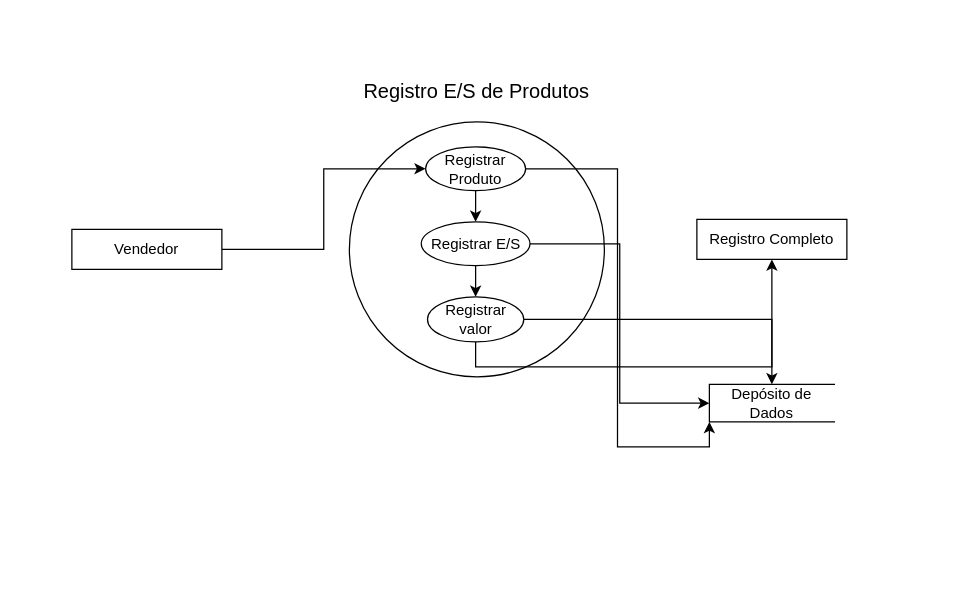
The draw.io diagram page "Página-1" (1 of 15) of diagramas.drawio.xml in JoaoRibeiro-V/BazarOnline, before the edit. Source tidied: cells renumbered, new cells numbered last; positions are measured from the earlier drawing's top-left corner, leaving out a move shared by most shapes. Both pictures are drawn from the tidied source at 125%, with x=0, y=0 at pixel (71, 71).
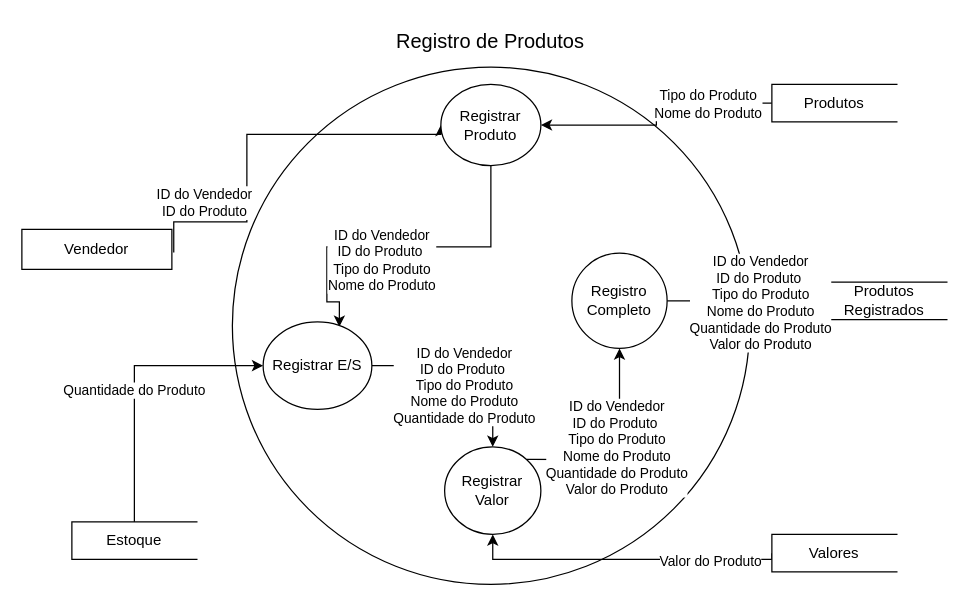
The same page after the edit.

Unchanged cells that the change refers to:
```xml
<mxCell id="11" style="edgeStyle=orthogonalEdgeStyle;rounded=0;jettySize=auto;html=1;entryX=0.5;entryY=0;entryDx=0;entryDy=0;" parent="1" edge="1" source="13" target="16">
  <mxGeometry relative="1" as="geometry" />
</mxCell>
```

What changed in the source:
```diff
@@
     <mxCell id="2" style="ellipse;whiteSpace=wrap;html=1;" parent="1" vertex="1">
-      <mxGeometry x="222" y="40" width="204" height="204" as="geometry" />
+      <mxGeometry x="128.4" y="-3.8" width="413.8" height="413.8" as="geometry" />
     </mxCell>
-    <mxCell id="3" value="Registro E/S de Produtos" style="text;html=1;align=center;verticalAlign=middle;whiteSpace=wrap;rounded=0;fontSize=16;" parent="1" vertex="1">
-      <mxGeometry x="229" width="190" height="30" as="geometry" />
+    <mxCell id="3" value="Registro de Produtos" style="text;html=1;align=center;verticalAlign=middle;whiteSpace=wrap;rounded=0;fontSize=16;" parent="1" vertex="1">
+      <mxGeometry x="240" y="-40" width="190" height="30" as="geometry" />
     </mxCell>
-    <mxCell id="4" style="edgeStyle=orthogonalEdgeStyle;rounded=0;jettySize=auto;html=1;exitX=0.5;exitY=1;exitDx=0;exitDy=0;entryX=0.5;entryY=1;entryDx=0;entryDy=0;" parent="1" edge="1" source="16" target="7">
-      <mxGeometry relative="1" as="geometry" />
-    </mxCell>
-    <mxCell id="5" style="edgeStyle=orthogonalEdgeStyle;rounded=0;jettySize=auto;html=1;exitX=1;exitY=0.5;exitDx=0;exitDy=0;entryX=0;entryY=0.5;entryDx=0;entryDy=0;" parent="1" edge="1" source="6" target="10">
-      <mxGeometry relative="1" as="geometry" />
+    <mxCell id="5" style="edgeStyle=orthogonalEdgeStyle;rounded=0;jettySize=auto;html=1;exitX=1;exitY=0.5;exitDx=0;exitDy=0;entryX=0;entryY=0.5;entryDx=0;entryDy=0;" parent="1" edge="1" target="10">
+      <mxGeometry relative="1" as="geometry">
+        <mxPoint x="81.5" y="144.5" as="sourcePoint" />
+        <Array as="points">
+          <mxPoint x="82" y="120" />
+          <mxPoint x="140" y="120" />
+          <mxPoint x="140" y="50" />
+          <mxPoint x="295" y="50" />
+        </Array>
+      </mxGeometry>
     </mxCell>
+    <mxCell id="18" value="ID do Vendedor&lt;div&gt;ID do Produto&lt;/div&gt;" style="edgeLabel;html=1;align=center;verticalAlign=middle;" parent="5" vertex="1">
+      <mxGeometry x="-0.77" y="4" relative="1" as="geometry">
+        <mxPoint x="12" y="-12" as="offset" />
+      </mxGeometry>
+    </mxCell>
     <mxCell id="6" value="Vendedor" style="rounded=0;whiteSpace=wrap;html=1;" parent="1" vertex="1">
-      <mxGeometry y="126" width="120" height="32" as="geometry" />
+      <mxGeometry x="-40" y="126" width="120" height="32" as="geometry" />
     </mxCell>
-    <mxCell id="7" value="Registro Completo" style="rounded=0;whiteSpace=wrap;html=1;" parent="1" vertex="1">
-      <mxGeometry x="500" y="118" width="120" height="32" as="geometry" />
-    </mxCell>
-    <mxCell id="8" style="edgeStyle=orthogonalEdgeStyle;rounded=0;jettySize=auto;html=1;exitX=0.5;exitY=1;exitDx=0;exitDy=0;entryX=0.5;entryY=0;entryDx=0;entryDy=0;" parent="1" edge="1" source="10" target="13">
-      <mxGeometry relative="1" as="geometry" />
+    <mxCell id="8" style="edgeStyle=orthogonalEdgeStyle;rounded=0;jettySize=auto;html=1;exitX=0.5;exitY=1;exitDx=0;exitDy=0;entryX=0.701;entryY=0.057;entryDx=0;entryDy=0;entryPerimeter=0;" parent="1" edge="1" source="10" target="13">
+      <mxGeometry relative="1" as="geometry">
+        <Array as="points">
+          <mxPoint x="335" y="140" />
+          <mxPoint x="204" y="140" />
+          <mxPoint x="204" y="184" />
+        </Array>
+      </mxGeometry>
     </mxCell>
-    <mxCell id="9" style="edgeStyle=orthogonalEdgeStyle;rounded=0;jettySize=auto;html=1;exitX=1;exitY=0.5;exitDx=0;exitDy=0;entryX=0;entryY=1;entryDx=0;entryDy=0;" parent="1" edge="1" source="10" target="17">
-      <mxGeometry relative="1" as="geometry" />
-    </mxCell>
+    <mxCell id="19" value="&lt;div&gt;ID do Vendedor&lt;/div&gt;ID do Produto&amp;nbsp;&lt;div&gt;Tipo do Produto&lt;/div&gt;&lt;div&gt;Nome do Produto&lt;/div&gt;" style="edgeLabel;html=1;align=center;verticalAlign=middle;" parent="8" vertex="1">
+      <mxGeometry x="-0.65" y="3" relative="1" as="geometry">
+        <mxPoint x="-91" y="28" as="offset" />
+      </mxGeometry>
+    </mxCell>
     <mxCell id="10" value="Registrar Produto" style="ellipse;whiteSpace=wrap;html=1;" parent="1" vertex="1">
-      <mxGeometry x="283" y="60" width="80" height="35" as="geometry" />
+      <mxGeometry x="295.2" y="10" width="80" height="65" as="geometry" />
     </mxCell>
@@
-    <mxCell id="12" style="edgeStyle=orthogonalEdgeStyle;rounded=0;jettySize=auto;html=1;exitX=1;exitY=0.5;exitDx=0;exitDy=0;entryX=0;entryY=0.5;entryDx=0;entryDy=0;" parent="1" edge="1" source="13" target="17">
-      <mxGeometry relative="1" as="geometry" />
-    </mxCell>
+    <mxCell id="20" value="&lt;div&gt;&lt;font&gt;ID do Vendedor&lt;/font&gt;&lt;/div&gt;&lt;font&gt;ID do Produto&amp;nbsp;&lt;/font&gt;&lt;div&gt;&lt;font&gt;Tipo do Produto&lt;/font&gt;&lt;/div&gt;&lt;div&gt;&lt;font&gt;Nome do Produto&lt;/font&gt;&lt;/div&gt;&lt;div&gt;&lt;font&gt;Quantidade do Produto&lt;/font&gt;&lt;/div&gt;" style="edgeLabel;html=1;align=center;verticalAlign=middle;" parent="11" vertex="1">
+      <mxGeometry x="-0.44" relative="1" as="geometry">
+        <mxPoint x="28" y="15" as="offset" />
+      </mxGeometry>
+    </mxCell>
     <mxCell id="13" value="Registrar E/S" style="ellipse;whiteSpace=wrap;html=1;" parent="1" vertex="1">
-      <mxGeometry x="279.5" y="120" width="87" height="35" as="geometry" />
+      <mxGeometry x="153" y="200" width="87" height="70" as="geometry" />
     </mxCell>
-    <mxCell id="14" style="edgeStyle=orthogonalEdgeStyle;rounded=0;jettySize=auto;html=1;exitX=0.5;exitY=1;exitDx=0;exitDy=0;entryX=0.5;entryY=1;entryDx=0;entryDy=0;" parent="1" edge="1" target="16">
-      <mxGeometry relative="1" as="geometry">
-        <mxPoint x="323" y="200" as="sourcePoint" />
-      </mxGeometry>
-    </mxCell>
-    <mxCell id="15" style="edgeStyle=orthogonalEdgeStyle;rounded=0;jettySize=auto;html=1;exitX=1;exitY=0.5;exitDx=0;exitDy=0;entryX=0.5;entryY=0;entryDx=0;entryDy=0;" parent="1" edge="1" source="16" target="17">
-      <mxGeometry relative="1" as="geometry" />
-    </mxCell>
+    <mxCell id="4" style="edgeStyle=orthogonalEdgeStyle;rounded=0;jettySize=auto;html=1;exitX=1;exitY=0;exitDx=0;exitDy=0;entryX=0.5;entryY=1;entryDx=0;entryDy=0;" parent="1" edge="1" source="16" target="7">
+      <mxGeometry relative="1" as="geometry" />
+    </mxCell>
+    <mxCell id="21" value="&lt;div&gt;ID do Vendedor&lt;/div&gt;ID do Produto&amp;nbsp;&lt;div&gt;Tipo do Produto&lt;/div&gt;&lt;div&gt;Nome do Produto&lt;/div&gt;&lt;div&gt;Quantidade do Produto&lt;/div&gt;&lt;div&gt;Valor do Produto&lt;/div&gt;" style="edgeLabel;html=1;align=center;verticalAlign=middle;" parent="4" vertex="1">
+      <mxGeometry x="-0.75" y="-4" relative="1" as="geometry">
+        <mxPoint x="52" y="-14" as="offset" />
+      </mxGeometry>
+    </mxCell>
-    <mxCell id="16" value="Registrar valor" style="ellipse;whiteSpace=wrap;html=1;" parent="1" vertex="1">
-      <mxGeometry x="284.5" y="180" width="77" height="36" as="geometry" />
+    <mxCell id="16" value="Registrar Valor" style="ellipse;whiteSpace=wrap;html=1;" parent="1" vertex="1">
+      <mxGeometry x="298.2" y="300" width="77" height="70" as="geometry" />
     </mxCell>
-    <mxCell id="17" value="Depósito de Dados" style="html=1;dashed=0;whiteSpace=wrap;shape=partialRectangle;right=0;" parent="1" vertex="1">
-      <mxGeometry x="510" y="250" width="100" height="30" as="geometry" />
+    <mxCell id="17" value="Produtos Registrados" style="html=1;dashed=0;whiteSpace=wrap;shape=partialRectangle;right=0;" parent="1" vertex="1">
+      <mxGeometry x="600" y="168.1" width="100" height="30" as="geometry" />
     </mxCell>
+    <mxCell id="22" style="edgeStyle=orthogonalEdgeStyle;rounded=0;jettySize=auto;html=1;" parent="1" edge="1" source="7" target="17">
+      <mxGeometry relative="1" as="geometry" />
+    </mxCell>
+    <mxCell id="23" value="&lt;div&gt;ID do Vendedor&lt;/div&gt;ID do Produto&amp;nbsp;&lt;div&gt;Tipo do Produto&lt;/div&gt;&lt;div&gt;Nome do Produto&lt;/div&gt;&lt;div&gt;Quantidade do Produto&lt;/div&gt;&lt;div&gt;Valor do Produto&lt;/div&gt;" style="edgeLabel;html=1;align=center;verticalAlign=middle;" parent="22" vertex="1">
+      <mxGeometry x="0.19" y="-1" relative="1" as="geometry" />
+    </mxCell>
+    <mxCell id="7" value="Registro Completo" style="shape=ellipse;html=1;dashed=0;whiteSpace=wrap;perimeter=ellipsePerimeter;" parent="1" vertex="1">
+      <mxGeometry x="400" y="145" width="76.2" height="76.2" as="geometry" />
+    </mxCell>
+    <mxCell id="24" style="edgeStyle=orthogonalEdgeStyle;rounded=0;jettySize=auto;html=1;" parent="1" edge="1" source="26" target="10">
+      <mxGeometry relative="1" as="geometry" />
+    </mxCell>
+    <mxCell id="25" value="&lt;div&gt;Tipo do Produto&lt;/div&gt;&lt;div&gt;Nome do Produto&lt;/div&gt;" style="edgeLabel;html=1;align=center;verticalAlign=middle;" parent="24" vertex="1">
+      <mxGeometry x="-0.28" y="1" relative="1" as="geometry">
+        <mxPoint x="21" y="-1" as="offset" />
+      </mxGeometry>
+    </mxCell>
+    <mxCell id="26" value="Produtos" style="html=1;dashed=0;whiteSpace=wrap;shape=partialRectangle;right=0;" parent="1" vertex="1">
+      <mxGeometry x="560" y="10" width="100" height="30" as="geometry" />
+    </mxCell>
+    <mxCell id="27" style="edgeStyle=orthogonalEdgeStyle;rounded=0;jettySize=auto;html=1;exitX=0.5;exitY=0;exitDx=0;exitDy=0;entryX=0;entryY=0.5;entryDx=0;entryDy=0;" parent="1" edge="1" source="29" target="13">
+      <mxGeometry relative="1" as="geometry" />
+    </mxCell>
+    <mxCell id="28" value="&lt;div&gt;Quantidade do Produto&lt;br&gt;&lt;/div&gt;" style="edgeLabel;html=1;align=center;verticalAlign=middle;" parent="27" vertex="1">
+      <mxGeometry x="-0.07" y="1" relative="1" as="geometry" />
+    </mxCell>
+    <mxCell id="29" value="Estoque" style="html=1;dashed=0;whiteSpace=wrap;shape=partialRectangle;right=0;" parent="1" vertex="1">
+      <mxGeometry y="360" width="100" height="30" as="geometry" />
+    </mxCell>
+    <mxCell id="30" style="edgeStyle=orthogonalEdgeStyle;rounded=0;jettySize=auto;html=1;exitX=0;exitY=0.5;exitDx=0;exitDy=0;entryX=0.5;entryY=1;entryDx=0;entryDy=0;" parent="1" edge="1" source="32" target="16">
+      <mxGeometry relative="1" as="geometry">
+        <Array as="points">
+          <mxPoint x="560" y="390" />
+          <mxPoint x="337" y="390" />
+        </Array>
+      </mxGeometry>
+    </mxCell>
+    <mxCell id="31" value="Valor do Produto" style="edgeLabel;html=1;align=center;verticalAlign=middle;" parent="30" vertex="1">
+      <mxGeometry x="-0.56" y="1" relative="1" as="geometry" />
+    </mxCell>
+    <mxCell id="32" value="Valores" style="html=1;dashed=0;whiteSpace=wrap;shape=partialRectangle;right=0;" parent="1" vertex="1">
+      <mxGeometry x="560" y="370" width="100" height="30" as="geometry" />
+    </mxCell>
```
